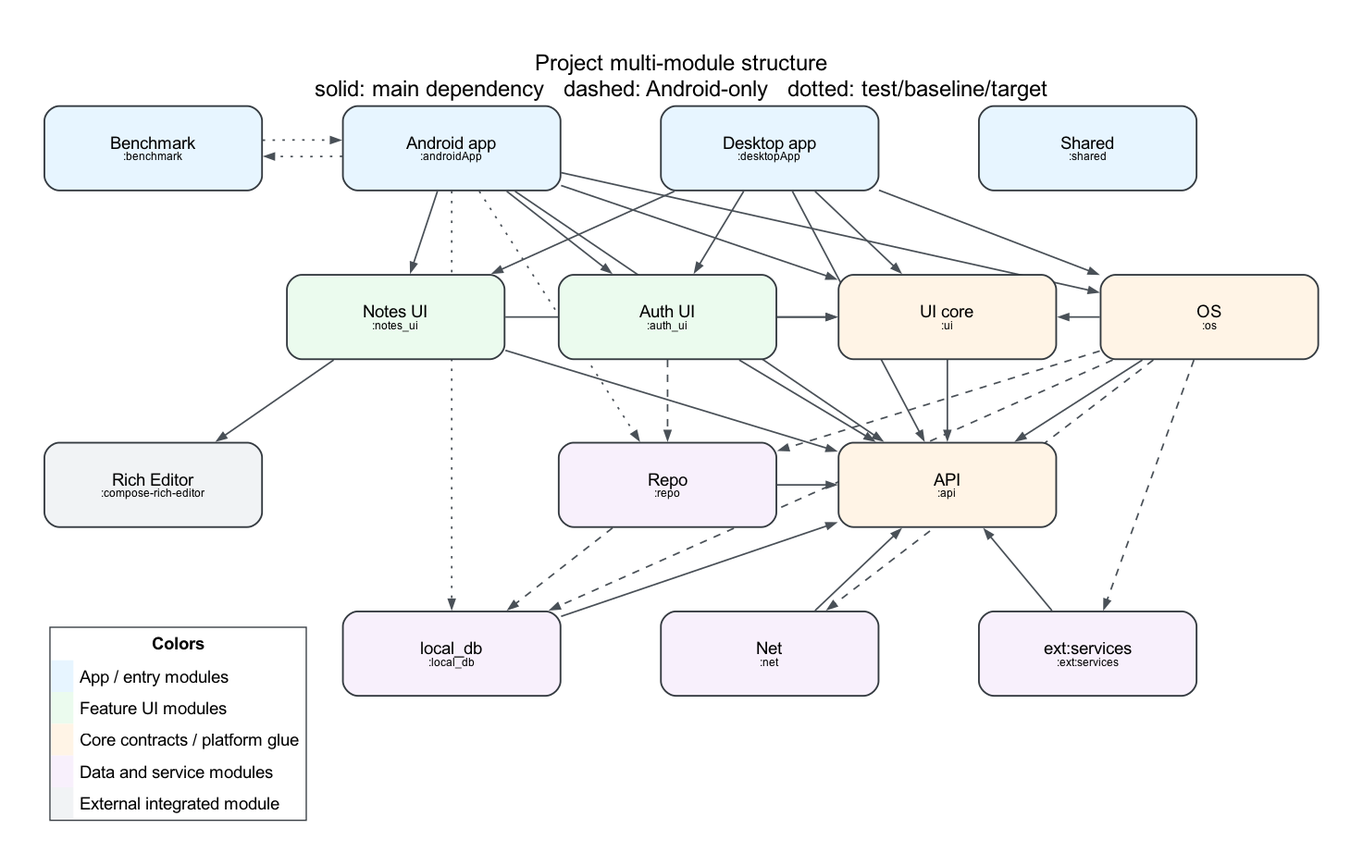
SerhiiButryk/Notes keeps this Graphviz diagram as images/package_structure.png. Above is the earlier version. Its source is kept beside it as images/package_structure.dot.
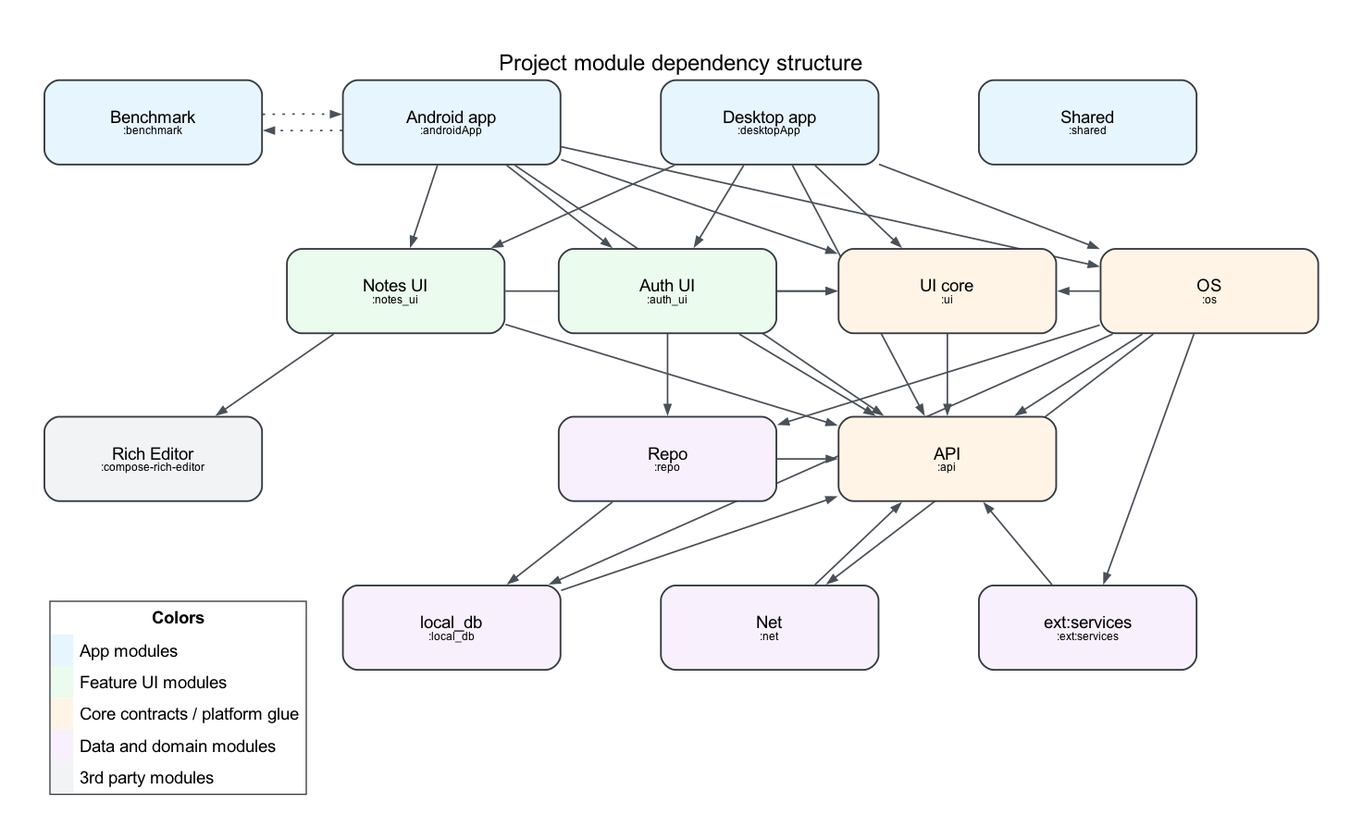
Later version of the same file.

Diff of the diagram source:
```diff
@@ -1,5 +1,5 @@
 digraph NotesModules {
-  graph [layout=neato, outputorder=edgesfirst, splines=false, bgcolor="white", pad=0.4, margin=0.1, labelloc=t, label="Project multi-module structure\nsolid: main dependency   dashed: Android-only   dotted: test/baseline/target", fontname="Arial", fontsize=18];
+  graph [layout=neato, outputorder=edgesfirst, splines=false, bgcolor="white", pad=0.4, margin=0.1, labelloc=t, label="Project module dependency structure\n", fontname="Arial", fontsize=18];
   node [shape=box, style="rounded,filled", fontname="Arial", fontsize=14, fixedsize=true, width=2.45, height=0.95, color="#343a40", penwidth=1.4];
   edge [fontname="Arial", fontsize=10, color="#495057", arrowsize=0.75, penwidth=1.3];
   m_shared [label=<Shared<BR/><FONT POINT-SIZE="9">:shared<BR/></FONT>>, fillcolor="#e7f5ff", pos="8.84,7.58!"];
@@ -19,23 +19,21 @@
   color_legend [shape=plain, fixedsize=false, margin=0, label=<
   <TABLE BORDER="1" CELLBORDER="0" CELLSPACING="0" CELLPADDING="5" COLOR="#343a40" BGCOLOR="#ffffff">
     <TR><TD COLSPAN="2"><B>Colors</B></TD></TR>
-    <TR><TD BGCOLOR="#e7f5ff" WIDTH="18"></TD><TD ALIGN="LEFT">App / entry modules</TD></TR>
+    <TR><TD BGCOLOR="#e7f5ff" WIDTH="18"></TD><TD ALIGN="LEFT">App modules</TD></TR>
     <TR><TD BGCOLOR="#ebfbee" WIDTH="18"></TD><TD ALIGN="LEFT">Feature UI modules</TD></TR>
     <TR><TD BGCOLOR="#fff4e6" WIDTH="18"></TD><TD ALIGN="LEFT">Core contracts / platform glue</TD></TR>
-    <TR><TD BGCOLOR="#f8f0fc" WIDTH="18"></TD><TD ALIGN="LEFT">Data and service modules</TD></TR>
-    <TR><TD BGCOLOR="#f1f3f5" WIDTH="18"></TD><TD ALIGN="LEFT">External integrated module</TD></TR>
+    <TR><TD BGCOLOR="#f8f0fc" WIDTH="18"></TD><TD ALIGN="LEFT">Data and domain modules</TD></TR>
+    <TR><TD BGCOLOR="#f1f3f5" WIDTH="18"></TD><TD ALIGN="LEFT">3rd party modules</TD></TR>
   </TABLE>
 >, pos="-1.4,1.1!"];
   m_androidApp -> m_api;
   m_androidApp -> m_auth_ui;
   m_androidApp -> m_benchmark [style="dotted"];
-  m_androidApp -> m_local_db [style="dotted"];
   m_androidApp -> m_notes_ui;
   m_androidApp -> m_os;
-  m_androidApp -> m_repo [style="dotted"];
   m_androidApp -> m_ui;
   m_auth_ui -> m_api;
-  m_auth_ui -> m_repo [style="dashed"];
+  m_auth_ui -> m_repo;
   m_auth_ui -> m_ui;
   m_benchmark -> m_androidApp [style="dotted"];
   m_desktopApp -> m_api;
@@ -50,12 +48,12 @@
   m_notes_ui -> m_compose_rich_editor;
   m_notes_ui -> m_ui;
   m_os -> m_api;
-  m_os -> m_ext_services [style="dashed"];
-  m_os -> m_local_db [style="dashed"];
-  m_os -> m_net [style="dashed"];
-  m_os -> m_repo [style="dashed"];
+  m_os -> m_ext_services;
+  m_os -> m_local_db;
+  m_os -> m_net;
+  m_os -> m_repo;
   m_os -> m_ui;
   m_repo -> m_api;
-  m_repo -> m_local_db [style="dashed"];
+  m_repo -> m_local_db;
   m_ui -> m_api;
 }
```
